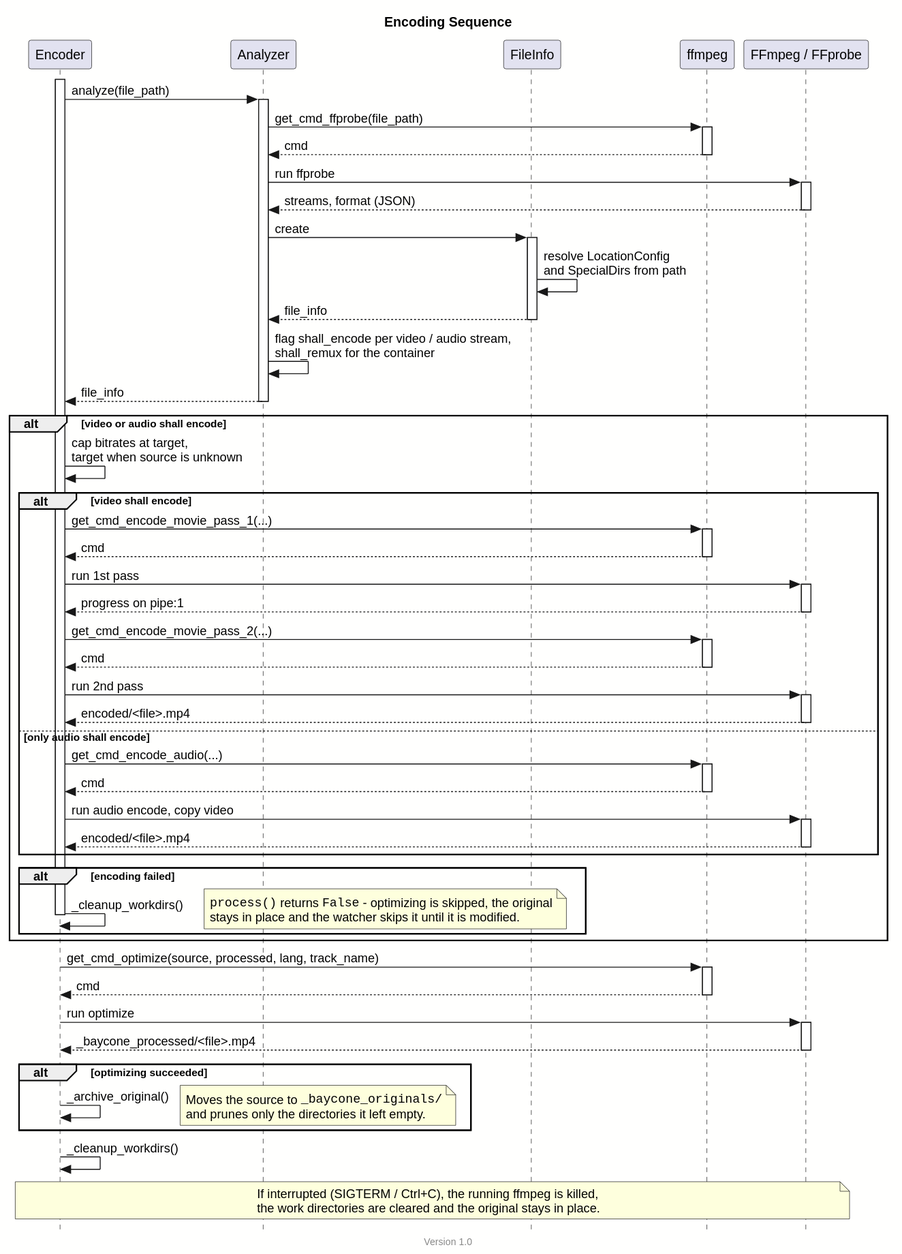
This is docs/encoding_sequence.svg from theobaldik/baycone, a PlantUML export, as it was before one commit. Its source is kept beside it as docs/encoding_sequence.puml.
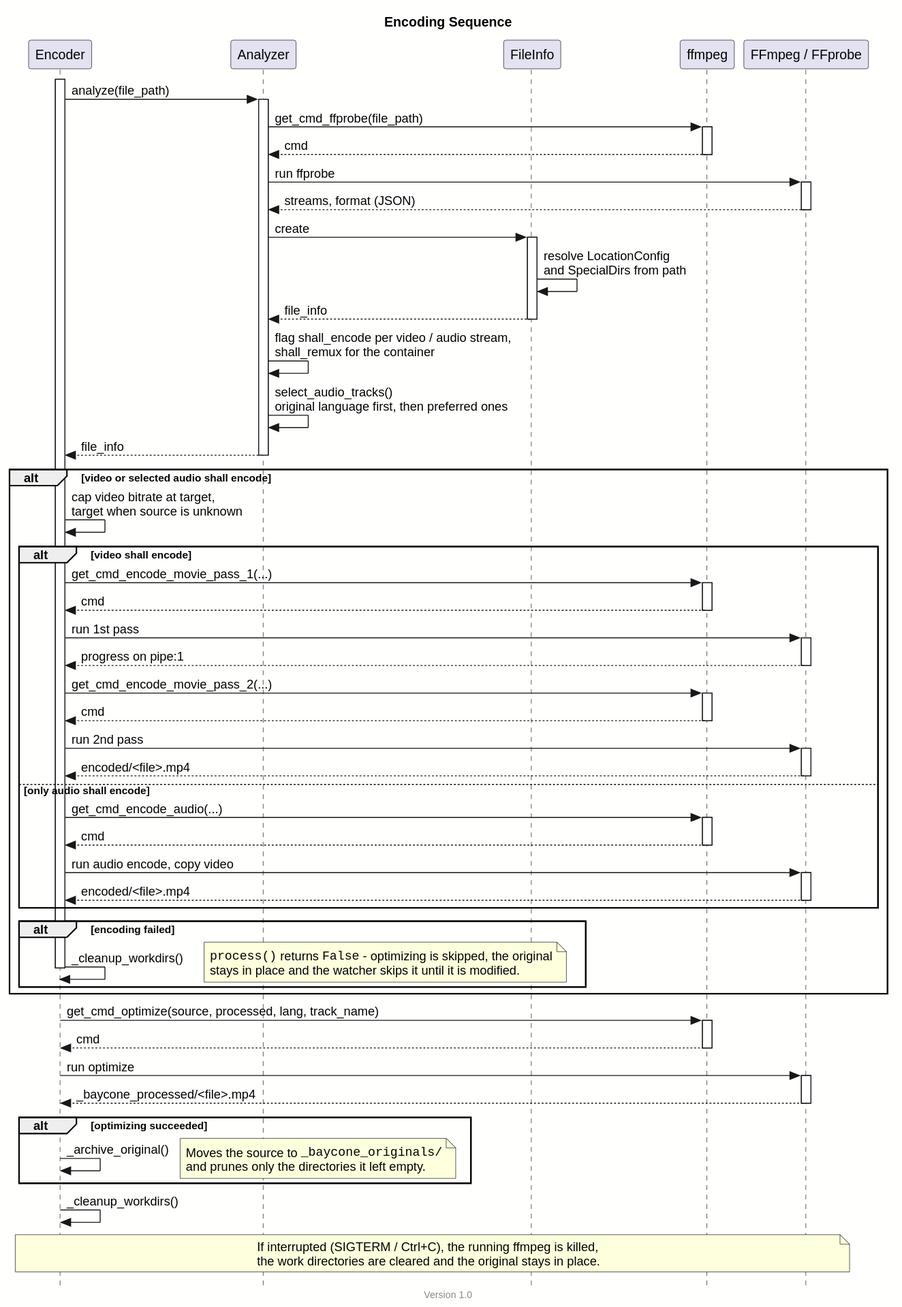
Above is the later version.

What changed in the source:
```diff
@@ -34,11 +34,12 @@
 deactivate file_info
 
 analyzer -> analyzer : flag shall_encode per video / audio stream,\nshall_remux for the container
+analyzer -> analyzer : select_audio_tracks()\noriginal language first, then preferred ones
 analyzer --> encoder : file_info
 deactivate analyzer
 
-alt video or audio shall encode
-    encoder -> encoder : cap bitrates at target,\ntarget when source is unknown
+alt video or selected audio shall encode
+    encoder -> encoder : cap video bitrate at target,\ntarget when source is unknown
 
     alt video shall encode
         encoder -> cmd : get_cmd_encode_movie_pass_1(...)
```
